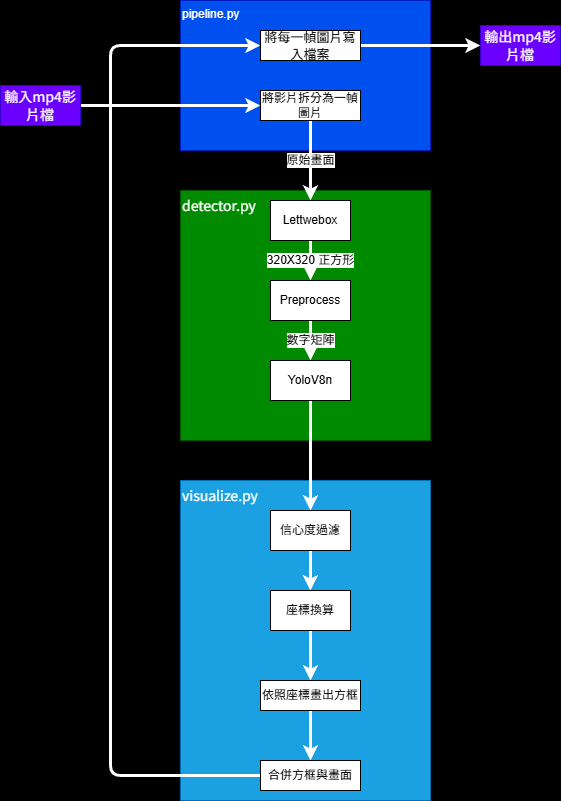
Before: 1/img/流程圖.png, a diagram exported from draw.io (gordonpow/-Embedded-image-processing). Source tidied: cells renumbered, new cells last; positions are measured from the earlier drawing's top-left corner, leaving out a move shared by most shapes. The source it was exported from:
```xml
<mxGraphModel background="#000000">
  <root>
    <mxCell id="0" />
    <mxCell id="1" parent="0" />
    <mxCell id="2" value="pipeline.py" style="whiteSpace=wrap;html=1;fillColor=#0050ef;fontColor=#ffffff;strokeColor=#001DBC;verticalAlign=top;align=left;" parent="1" vertex="1">
      <mxGeometry x="180" width="250" height="150" as="geometry" />
    </mxCell>
    <mxCell id="3" value="&lt;span style=&quot;color: rgb(255, 255, 255); font-family: &amp;quot;Noto Sans TC&amp;quot;, sans-serif; font-size: 14px; font-style: normal; font-variant-ligatures: normal; font-variant-caps: normal; font-weight: 400; letter-spacing: normal; orphans: 2; text-indent: 0px; text-transform: none; widows: 2; word-spacing: 0px; -webkit-text-stroke-width: 0px; text-decoration-thickness: initial; text-decoration-style: initial; text-decoration-color: initial; float: none; display: inline !important;&quot;&gt;detector.py&lt;/span&gt;" style="whiteSpace=wrap;html=1;verticalAlign=top;align=left;fillColor=#008a00;fontColor=#ffffff;strokeColor=#005700;labelBackgroundColor=none;" parent="1" vertex="1">
      <mxGeometry x="180" y="190" width="250" height="250" as="geometry" />
    </mxCell>
    <mxCell id="4" value="&lt;span style=&quot;color: rgb(255, 255, 255); font-family: &amp;quot;Noto Sans TC&amp;quot;, sans-serif; font-size: 14px; font-style: normal; font-variant-ligatures: normal; font-variant-caps: normal; font-weight: 400; letter-spacing: normal; orphans: 2; text-indent: 0px; text-transform: none; widows: 2; word-spacing: 0px; -webkit-text-stroke-width: 0px; text-decoration-thickness: initial; text-decoration-style: initial; text-decoration-color: initial; float: none; display: inline !important;&quot;&gt;&lt;span style=&quot;&quot;&gt;visualize&lt;/span&gt;.py&lt;/span&gt;" style="whiteSpace=wrap;html=1;align=left;verticalAlign=top;fillColor=#1ba1e2;fontColor=#ffffff;strokeColor=#006EAF;labelBackgroundColor=none;" parent="1" vertex="1">
      <mxGeometry x="180" y="480" width="250" height="320" as="geometry" />
    </mxCell>
    <mxCell id="5" value="&lt;font face=&quot;Noto Sans TC, sans-serif&quot; color=&quot;#ffffff&quot;&gt;&lt;span style=&quot;font-size: 14px;&quot;&gt;輸出mp4影片檔&lt;/span&gt;&lt;/font&gt;" style="whiteSpace=wrap;html=1;fillColor=#6a00ff;fontColor=#ffffff;strokeColor=#3700CC;labelBorderColor=none;labelBackgroundColor=none;" parent="1" vertex="1">
      <mxGeometry x="480" y="25" width="80" height="40" as="geometry" />
    </mxCell>
    <mxCell id="6" value="320X320 正方形" style="edgeStyle=none;html=1;exitX=0.5;exitY=1;exitDx=0;exitDy=0;fontSize=12;strokeWidth=3;strokeColor=#FFFFFF;" parent="1" edge="1" source="7">
      <mxGeometry relative="1" as="geometry">
        <mxPoint x="310" y="280" as="targetPoint" />
      </mxGeometry>
    </mxCell>
    <mxCell id="7" value="Lettwebox" style="whiteSpace=wrap;html=1;" parent="1" vertex="1">
      <mxGeometry x="270" y="200" width="80" height="40" as="geometry" />
    </mxCell>
    <mxCell id="8" value="數字矩陣" style="edgeStyle=none;html=1;exitX=0.5;exitY=1;exitDx=0;exitDy=0;fontSize=12;strokeWidth=3;strokeColor=#FFFFFF;" parent="1" edge="1" source="9">
      <mxGeometry relative="1" as="geometry">
        <mxPoint x="310" y="360" as="targetPoint" />
      </mxGeometry>
    </mxCell>
    <mxCell id="9" value="Preprocess" style="whiteSpace=wrap;html=1;" parent="1" vertex="1">
      <mxGeometry x="270" y="280" width="80" height="40" as="geometry" />
    </mxCell>
    <mxCell id="10" style="edgeStyle=none;html=1;exitX=0.5;exitY=1;exitDx=0;exitDy=0;entryX=0.5;entryY=0;entryDx=0;entryDy=0;fontSize=12;strokeWidth=3;strokeColor=#FFFFFF;" parent="1" edge="1" source="11" target="13">
      <mxGeometry relative="1" as="geometry" />
    </mxCell>
    <mxCell id="11" value="YoloV8n" style="whiteSpace=wrap;html=1;" parent="1" vertex="1">
      <mxGeometry x="270" y="360" width="80" height="40" as="geometry" />
    </mxCell>
    <mxCell id="12" style="edgeStyle=none;html=1;exitX=0.5;exitY=1;exitDx=0;exitDy=0;fontSize=12;strokeWidth=3;strokeColor=#FFFFFF;" parent="1" edge="1" source="13">
      <mxGeometry relative="1" as="geometry">
        <mxPoint x="309.9" y="590" as="targetPoint" />
      </mxGeometry>
    </mxCell>
    <mxCell id="13" value="信心度過濾" style="whiteSpace=wrap;html=1;" parent="1" vertex="1">
      <mxGeometry x="270" y="510" width="80" height="40" as="geometry" />
    </mxCell>
    <mxCell id="14" style="edgeStyle=none;html=1;exitX=0.5;exitY=1;exitDx=0;exitDy=0;entryX=0.5;entryY=0;entryDx=0;entryDy=0;strokeColor=#FFFFFF;strokeWidth=3;fontSize=12;" parent="1" edge="1" source="15" target="18">
      <mxGeometry relative="1" as="geometry" />
    </mxCell>
    <mxCell id="15" value="座標換算" style="whiteSpace=wrap;html=1;" parent="1" vertex="1">
      <mxGeometry x="270" y="590" width="80" height="40" as="geometry" />
    </mxCell>
    <mxCell id="16" value="原始畫面" style="edgeStyle=none;html=1;entryX=0.5;entryY=0;entryDx=0;entryDy=0;horizontal=1;fontSize=12;strokeWidth=3;strokeColor=#FFFFFF;exitX=0.5;exitY=1;exitDx=0;exitDy=0;" parent="1" edge="1" source="23" target="7">
      <mxGeometry relative="1" as="geometry" />
    </mxCell>
    <mxCell id="17" style="edgeStyle=none;html=1;exitX=0.5;exitY=1;exitDx=0;exitDy=0;entryX=0.5;entryY=0;entryDx=0;entryDy=0;strokeColor=#FFFFFF;strokeWidth=3;fontSize=12;" parent="1" edge="1" source="18" target="20">
      <mxGeometry relative="1" as="geometry" />
    </mxCell>
    <mxCell id="18" value="依照座標畫出方框" style="whiteSpace=wrap;html=1;labelBackgroundColor=none;labelBorderColor=none;fontSize=12;" parent="1" vertex="1">
      <mxGeometry x="260" y="680" width="100" height="30" as="geometry" />
    </mxCell>
    <mxCell id="19" style="edgeStyle=none;html=1;exitX=0;exitY=0.5;exitDx=0;exitDy=0;strokeColor=#FFFFFF;strokeWidth=3;fontSize=12;entryX=0;entryY=0.5;entryDx=0;entryDy=0;" parent="1" edge="1" source="20" target="25">
      <mxGeometry relative="1" as="geometry">
        <Array as="points">
          <mxPoint x="110" y="775" />
          <mxPoint x="110" y="45" />
        </Array>
      </mxGeometry>
    </mxCell>
    <mxCell id="20" value="合併方框與畫面" style="whiteSpace=wrap;html=1;labelBackgroundColor=none;labelBorderColor=none;fontSize=12;" parent="1" vertex="1">
      <mxGeometry x="260" y="760" width="100" height="30" as="geometry" />
    </mxCell>
    <mxCell id="21" style="edgeStyle=none;html=1;exitX=1;exitY=0.5;exitDx=0;exitDy=0;entryX=0;entryY=0.5;entryDx=0;entryDy=0;strokeColor=#FFFFFF;strokeWidth=3;fontSize=12;" parent="1" edge="1" source="22" target="23">
      <mxGeometry relative="1" as="geometry" />
    </mxCell>
    <mxCell id="22" value="&lt;font face=&quot;Noto Sans TC, sans-serif&quot; color=&quot;#ffffff&quot;&gt;&lt;span style=&quot;font-size: 14px;&quot;&gt;輸入mp4影片檔&lt;/span&gt;&lt;/font&gt;" style="whiteSpace=wrap;html=1;fillColor=#6a00ff;fontColor=#ffffff;strokeColor=#3700CC;labelBorderColor=none;labelBackgroundColor=none;" parent="1" vertex="1">
      <mxGeometry y="85" width="80" height="40" as="geometry" />
    </mxCell>
    <mxCell id="23" value="將影片拆分為一幀圖片" style="whiteSpace=wrap;html=1;labelBackgroundColor=none;labelBorderColor=none;fontSize=12;" parent="1" vertex="1">
      <mxGeometry x="260" y="90" width="100" height="30" as="geometry" />
    </mxCell>
    <mxCell id="24" style="edgeStyle=none;html=1;exitX=1;exitY=0.5;exitDx=0;exitDy=0;entryX=0;entryY=0.5;entryDx=0;entryDy=0;strokeColor=#FFFFFF;strokeWidth=3;fontSize=12;fontColor=default;" parent="1" edge="1" source="25" target="5">
      <mxGeometry relative="1" as="geometry" />
    </mxCell>
    <mxCell id="25" value="&lt;span style=&quot;--tw-border-spacing-x: 0; --tw-border-spacing-y: 0; --tw-translate-x: 0; --tw-translate-y: 0; --tw-rotate: 0; --tw-skew-x: 0; --tw-skew-y: 0; --tw-scale-x: 1; --tw-scale-y: 1; --tw-pan-x: ; --tw-pan-y: ; --tw-pinch-zoom: ; --tw-scroll-snap-strictness: proximity; --tw-gradient-from-position: ; --tw-gradient-via-position: ; --tw-gradient-to-position: ; --tw-ordinal: ; --tw-slashed-zero: ; --tw-numeric-figure: ; --tw-numeric-spacing: ; --tw-numeric-fraction: ; --tw-ring-inset: ; --tw-ring-offset-width: 0px; --tw-ring-offset-color: #fff; --tw-ring-color: rgb(67 128 180 / .5); --tw-ring-offset-shadow: 0 0 #0000; --tw-ring-shadow: 0 0 #0000; --tw-shadow: 0 0 #0000; --tw-shadow-colored: 0 0 #0000; --tw-blur: ; --tw-brightness: ; --tw-contrast: ; --tw-grayscale: ; --tw-hue-rotate: ; --tw-invert: ; --tw-saturate: ; --tw-sepia: ; --tw-drop-shadow: ; --tw-backdrop-blur: ; --tw-backdrop-brightness: ; --tw-backdrop-contrast: ; --tw-backdrop-grayscale: ; --tw-backdrop-hue-rotate: ; --tw-backdrop-invert: ; --tw-backdrop-opacity: ; --tw-backdrop-saturate: ; --tw-backdrop-sepia: ; --tw-contain-size: ; --tw-contain-layout: ; --tw-contain-paint: ; --tw-contain-style: ; box-sizing: border-box; border-width: 0px; border-style: solid; border-color: rgb(229, 231, 235); font-family: &amp;quot;Segoe WPC&amp;quot;, &amp;quot;Segoe UI&amp;quot;, sans-serif; font-size: 13.008px; text-align: start;&quot;&gt;將每一幀圖片寫入檔案&lt;/span&gt;" style="whiteSpace=wrap;html=1;labelBackgroundColor=none;labelBorderColor=none;fontSize=12;fontColor=default;" parent="1" vertex="1">
      <mxGeometry x="260" y="30" width="100" height="30" as="geometry" />
    </mxCell>
  </root>
</mxGraphModel>
```
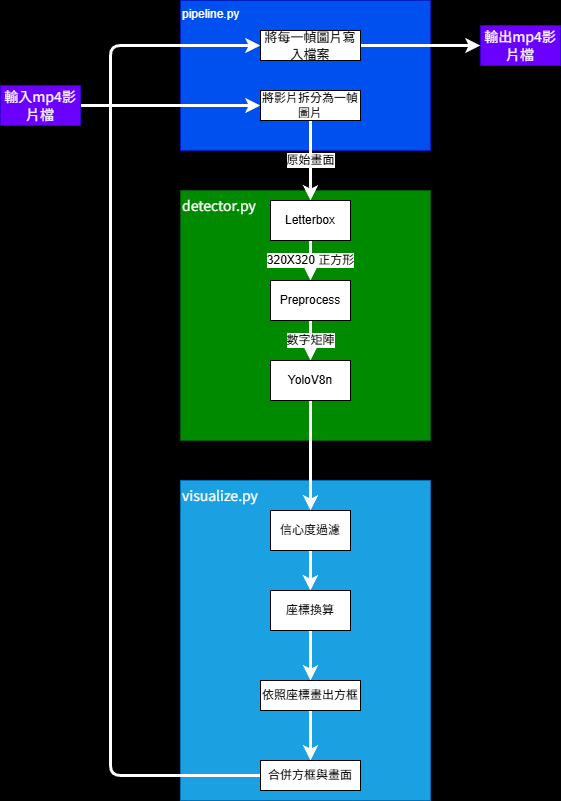
After the commit.

Commit message:
docs : 加入流程圖

The edit, as a diff of the source:
```diff
@@ -19,7 +19,7 @@
         <mxPoint x="310" y="280" as="targetPoint" />
       </mxGeometry>
     </mxCell>
-    <mxCell id="7" value="Lettwebox" style="whiteSpace=wrap;html=1;" parent="1" vertex="1">
+    <mxCell id="7" value="Letterbox" style="whiteSpace=wrap;html=1;" parent="1" vertex="1">
       <mxGeometry x="270" y="200" width="80" height="40" as="geometry" />
     </mxCell>
     <mxCell id="8" value="數字矩陣" style="edgeStyle=none;html=1;exitX=0.5;exitY=1;exitDx=0;exitDy=0;fontSize=12;strokeWidth=3;strokeColor=#FFFFFF;" parent="1" edge="1" source="9">
```
